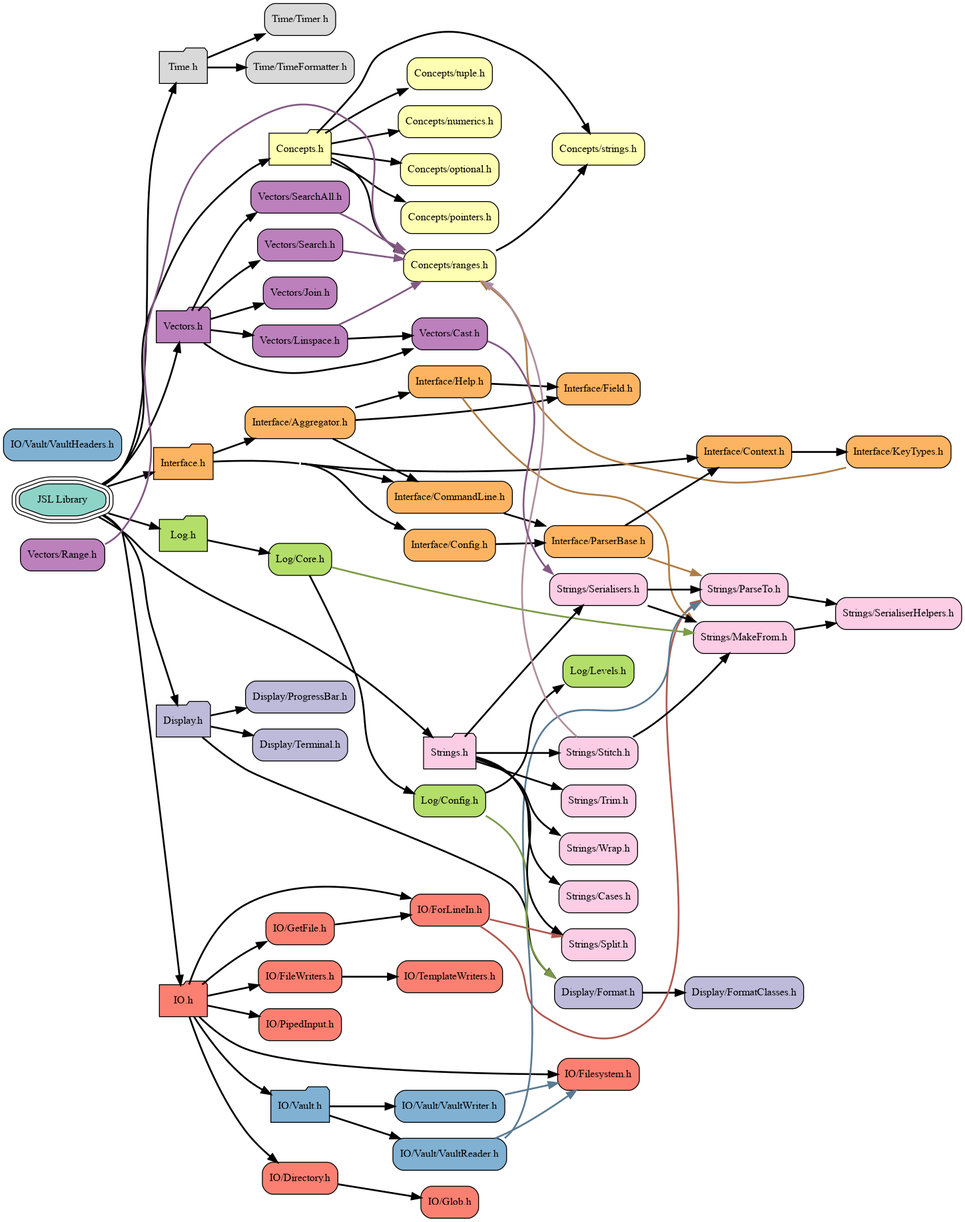
DrFraserGovil/JSL keeps this Graphviz diagram as docs/visualiser/heirarchy.png. Above is the earlier version. Its source is kept beside it as docs/visualiser/heirarchy.dot.
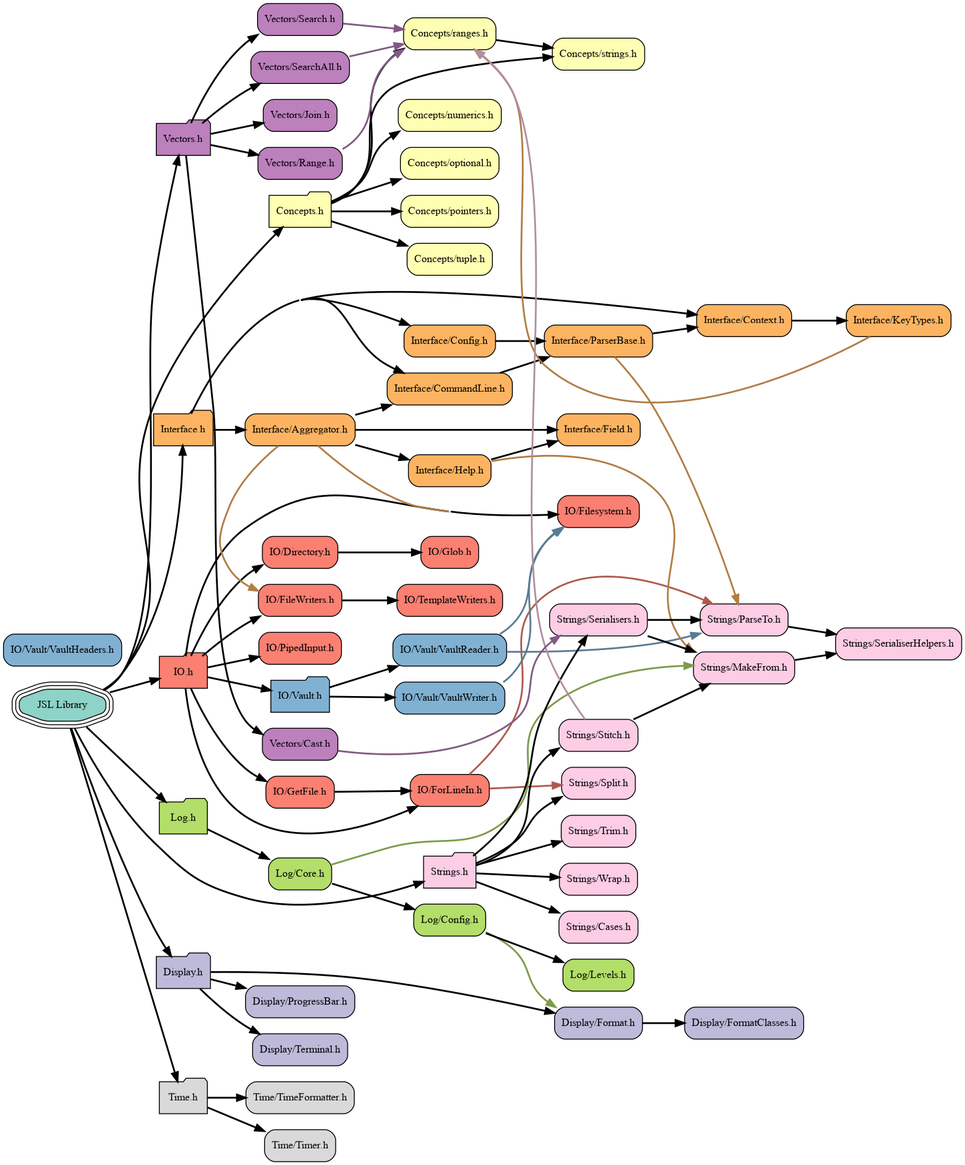
The same file after the commit.

Commit message:
Updated the Help type inference system and added the 'save config' option ('Export') to the Aggregator class

The edit, as a diff of the source:
```diff
@@ -63,45 +63,44 @@
 	node[fillcolor="#bc80bd", style="rounded,filled", shape=folder, color="black"] "Vectors.h"                   [label="Vectors.h"]
 	node[fillcolor="#bc80bd", style="rounded,filled", shape=box, color="black"] "Vectors/Cast.h"              [label="Vectors/Cast.h"]
 	node[fillcolor="#bc80bd", style="rounded,filled", shape=box, color="black"] "Vectors/Join.h"              [label="Vectors/Join.h"]
-	node[fillcolor="#bc80bd", style="rounded,filled", shape=box, color="black"] "Vectors/Linspace.h"          [label="Vectors/Linspace.h"]
 	node[fillcolor="#bc80bd", style="rounded,filled", shape=box, color="black"] "Vectors/Range.h"             [label="Vectors/Range.h"]
 	node[fillcolor="#bc80bd", style="rounded,filled", shape=box, color="black"] "Vectors/Search.h"            [label="Vectors/Search.h"]
 	node[fillcolor="#bc80bd", style="rounded,filled", shape=box, color="black"] "Vectors/SearchAll.h"         [label="Vectors/SearchAll.h"]
+	"JSL.h"                       -> "Time.h"[weight=10000,penwidth=2]
+	"JSL.h"                       -> "Interface.h"[weight=10000,penwidth=2]
+	"JSL.h"                       -> "IO.h"[weight=10000,penwidth=2]
 	"JSL.h"                       -> "Display.h"[weight=10000,penwidth=2]
-	"JSL.h"                       -> "Time.h"[weight=10000,penwidth=2]
+	"JSL.h"                       -> "Log.h"[weight=10000,penwidth=2]
 	"JSL.h"                       -> "Strings.h"[weight=10000,penwidth=2]
-	"JSL.h"                       -> "Log.h"[weight=10000,penwidth=2]
 	"JSL.h"                       -> "Concepts.h"[weight=10000,penwidth=2]
-	"JSL.h"                       -> "IO.h"[weight=10000,penwidth=2]
 	"JSL.h"                       -> "Vectors.h"[weight=10000,penwidth=2]
-	"JSL.h"                       -> "Interface.h"[weight=10000,penwidth=2]
+	"Concepts.h"                  -> "Concepts/optional.h"[weight=10000,penwidth=2]
+	"Concepts.h"                  -> "Concepts/pointers.h"[weight=10000,penwidth=2]
 	"Concepts.h"                  -> "Concepts/numerics.h"[weight=10000,penwidth=2]
-	"Concepts.h"                  -> "Concepts/ranges.h"[weight=10000,penwidth=2]
-	"Concepts.h"                  -> "Concepts/pointers.h"[weight=10000,penwidth=2]
-	"Concepts.h"                  -> "Concepts/optional.h"[weight=10000,penwidth=2]
 	"Concepts.h"                  -> "Concepts/tuple.h"[weight=10000,penwidth=2]
 	"Concepts.h"                  -> "Concepts/strings.h"[weight=10000,penwidth=2]
+	"Concepts.h"                  -> "Concepts/ranges.h"[weight=10000,penwidth=2]
 	"Concepts/ranges.h"           -> "Concepts/strings.h"[weight=10000,penwidth=2]
 	"Display.h"                   -> "Display/ProgressBar.h"[weight=10000,penwidth=2]
 	"Display.h"                   -> "Display/Format.h"[weight=10000,penwidth=2]
 	"Display.h"                   -> "Display/Terminal.h"[weight=10000,penwidth=2]
 	"Display/Format.h"            -> "Display/FormatClasses.h"[weight=10000,penwidth=2]
-	"IO.h"                        -> "IO/Vault.h"[weight=10000,penwidth=2]
-	"IO.h"                        -> "IO/FileWriters.h"[weight=10000,penwidth=2]
-	"IO.h"                        -> "IO/PipedInput.h"[weight=10000,penwidth=2]
-	"IO.h"                        -> "IO/Directory.h"[weight=10000,penwidth=2]
 	"IO.h"                        -> "IO/Filesystem.h"[weight=10000,penwidth=2]
 	"IO.h"                        -> "IO/ForLineIn.h"[weight=10000,penwidth=2]
+	"IO.h"                        -> "IO/PipedInput.h"[weight=10000,penwidth=2]
 	"IO.h"                        -> "IO/GetFile.h"[weight=10000,penwidth=2]
+	"IO.h"                        -> "IO/Vault.h"[weight=10000,penwidth=2]
+	"IO.h"                        -> "IO/Directory.h"[weight=10000,penwidth=2]
+	"IO.h"                        -> "IO/FileWriters.h"[weight=10000,penwidth=2]
 	"IO/Directory.h"              -> "IO/Glob.h"[weight=10000,penwidth=2]
 	"IO/FileWriters.h"            -> "IO/TemplateWriters.h"[weight=10000,penwidth=2]
+	"IO/ForLineIn.h"              -> "Strings/ParseTo.h"[constraint=true,weight=0,penwidth=2,color="#af594f"]
 	"IO/ForLineIn.h"              -> "Strings/Split.h"[constraint=false,weight=0,penwidth=2,color="#af594f"]
-	"IO/ForLineIn.h"              -> "Strings/ParseTo.h"[constraint=true,weight=0,penwidth=2,color="#af594f"]
 	"IO/GetFile.h"                -> "IO/ForLineIn.h"[weight=10000,penwidth=2]
 	"IO/Vault.h"                  -> "IO/Vault/VaultWriter.h"[weight=10000,penwidth=2]
 	"IO/Vault.h"                  -> "IO/Vault/VaultReader.h"[weight=10000,penwidth=2]
+	"IO/Vault/VaultReader.h"      -> "IO/Filesystem.h"[constraint=true,weight=0,penwidth=2,color="#597b93"]
 	"IO/Vault/VaultReader.h"      -> "Strings/ParseTo.h"[constraint=false,weight=0,penwidth=2,color="#597b93"]
-	"IO/Vault/VaultReader.h"      -> "IO/Filesystem.h"[constraint=true,weight=0,penwidth=2,color="#597b93"]
 	"IO/Vault/VaultWriter.h"      -> "IO/Filesystem.h"[constraint=true,weight=0,penwidth=2,color="#597b93"]
 	"Interface.h"                 -> "Interface/Aggregator.h"[weight=10000,penwidth=2]
 	"Interface.h"                 -> "Interface/CommandLine.h"[weight=10000,penwidth=2]
@@ -109,7 +108,9 @@
 	"Interface.h"                 -> "Interface/Context.h"[weight=10000,penwidth=2]
 	"Interface/Aggregator.h"      -> "Interface/Field.h"[weight=10000,penwidth=2]
 	"Interface/Aggregator.h"      -> "Interface/Help.h"[weight=10000,penwidth=2]
+	"Interface/Aggregator.h"      -> "IO/Filesystem.h"[constraint=false,weight=0,penwidth=2,color="#b17d44"]
 	"Interface/Aggregator.h"      -> "Interface/CommandLine.h"[weight=10000,penwidth=2]
+	"Interface/Aggregator.h"      -> "IO/FileWriters.h"[constraint=false,weight=0,penwidth=2,color="#b17d44"]
 	"Interface/CommandLine.h"     -> "Interface/ParserBase.h"[weight=10000,penwidth=2]
 	"Interface/Config.h"          -> "Interface/ParserBase.h"[weight=10000,penwidth=2]
 	"Interface/Context.h"         -> "Interface/KeyTypes.h"[weight=10000,penwidth=2]
@@ -119,10 +120,10 @@
 	"Interface/ParserBase.h"      -> "Interface/Context.h"[weight=10000,penwidth=2]
 	"Interface/ParserBase.h"      -> "Strings/ParseTo.h"[constraint=true,weight=0,penwidth=2,color="#b17d44"]
 	"Log.h"                       -> "Log/Core.h"[weight=10000,penwidth=2]
+	"Log/Config.h"                -> "Display/Format.h"[constraint=true,weight=0,penwidth=2,color="#7d9b49"]
 	"Log/Config.h"                -> "Log/Levels.h"[weight=10000,penwidth=2]
-	"Log/Config.h"                -> "Display/Format.h"[constraint=true,weight=0,penwidth=2,color="#7d9b49"]
+	"Log/Core.h"                  -> "Strings/MakeFrom.h"[constraint=true,weight=0,penwidth=2,color="#7d9b49"]
 	"Log/Core.h"                  -> "Log/Config.h"[weight=10000,penwidth=2]
-	"Log/Core.h"                  -> "Strings/MakeFrom.h"[constraint=true,weight=0,penwidth=2,color="#7d9b49"]
 	"Strings.h"                   -> "Strings/Serialisers.h"[weight=10000,penwidth=2]
 	"Strings.h"                   -> "Strings/Cases.h"[weight=10000,penwidth=2]
 	"Strings.h"                   -> "Strings/Split.h"[weight=10000,penwidth=2]
@@ -139,12 +140,10 @@
 	"Time.h"                      -> "Time/TimeFormatter.h"[weight=10000,penwidth=2]
 	"Vectors.h"                   -> "Vectors/Cast.h"[weight=10000,penwidth=2]
 	"Vectors.h"                   -> "Vectors/Join.h"[weight=10000,penwidth=2]
-	"Vectors.h"                   -> "Vectors/Linspace.h"[weight=10000,penwidth=2]
+	"Vectors.h"                   -> "Vectors/Range.h"[weight=10000,penwidth=2]
 	"Vectors.h"                   -> "Vectors/Search.h"[weight=10000,penwidth=2]
 	"Vectors.h"                   -> "Vectors/SearchAll.h"[weight=10000,penwidth=2]
 	"Vectors/Cast.h"              -> "Strings/Serialisers.h"[constraint=true,weight=0,penwidth=2,color="#835984"]
-	"Vectors/Linspace.h"          -> "Vectors/Cast.h"[weight=10000,penwidth=2]
-	"Vectors/Linspace.h"          -> "Concepts/ranges.h"[constraint=false,weight=0,penwidth=2,color="#835984"]
 	"Vectors/Range.h"             -> "Concepts/ranges.h"[constraint=false,weight=0,penwidth=2,color="#835984"]
 	"Vectors/Search.h"            -> "Concepts/ranges.h"[constraint=true,weight=0,penwidth=2,color="#835984"]
 	"Vectors/SearchAll.h"         -> "Concepts/ranges.h"[constraint=false,weight=0,penwidth=2,color="#835984"]
```
